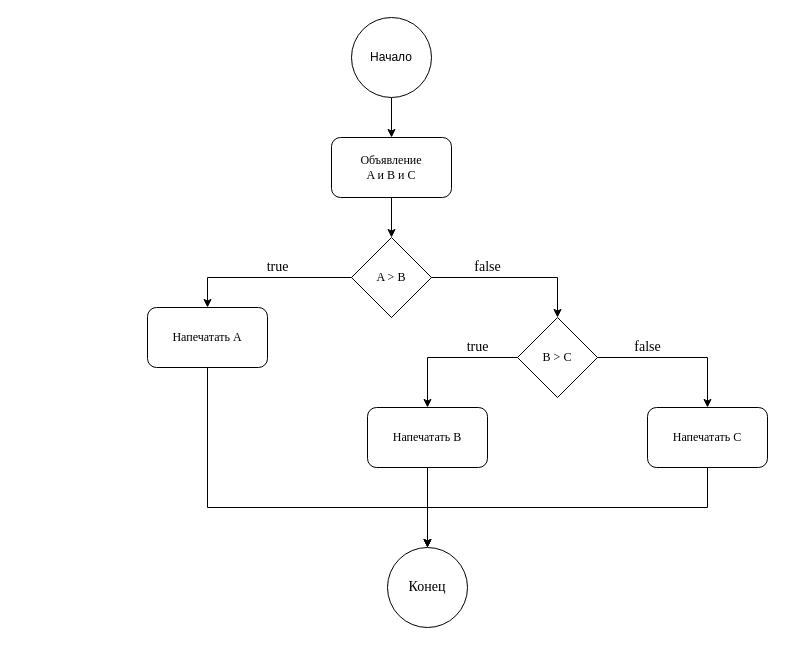
The draw.io diagram MaxNumber Diagram.drawio in MaxT080573/job4j_elementary, before the edit. Source tidied: cells renumbered, new cells numbered last; positions are measured from the earlier drawing's top-left corner, leaving out a move shared by most shapes. Both pictures are drawn from the tidied source at 100%, with x=0, y=0 at pixel (147, 17).
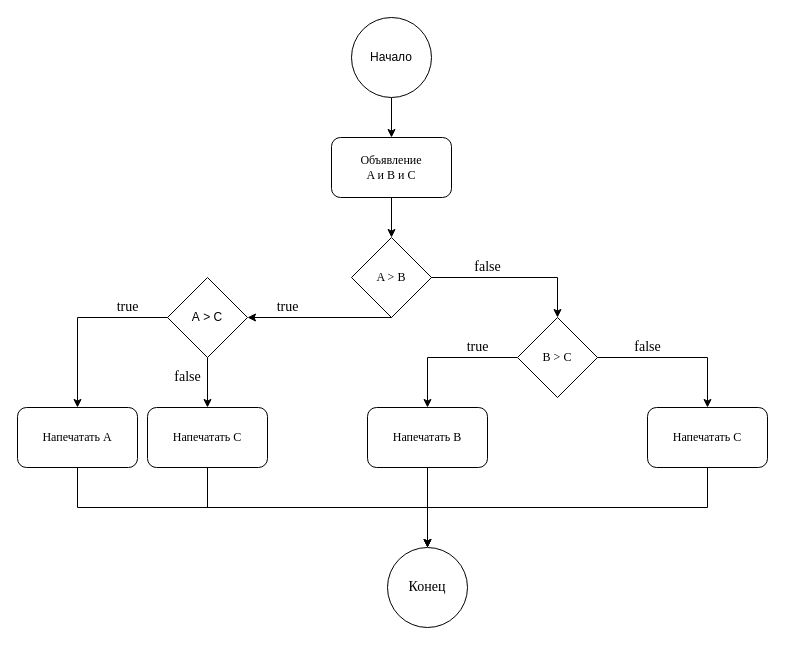
The same diagram, later.

The change refers to these unchanged cells:
```xml
<mxCell id="14" value="A &amp;gt; B" style="rhombus;whiteSpace=wrap;html=1;fontFamily=Times New Roman;" parent="1" vertex="1">
  <mxGeometry x="204" y="220" width="80" height="80" as="geometry" />
</mxCell>
<mxCell id="22" value="Конец" style="ellipse;whiteSpace=wrap;html=1;fontFamily=Times New Roman;fontSize=14;" parent="1" vertex="1">
  <mxGeometry x="240" y="530" width="80" height="80" as="geometry" />
</mxCell>
```

Diff of the diagram source:
```diff
@@
     <mxCell id="8" style="edgeStyle=orthogonalEdgeStyle;rounded=0;jettySize=auto;html=1;fontFamily=Times New Roman;fontSize=14;entryX=0.5;entryY=0;entryDx=0;entryDy=0;" parent="1" edge="1" source="9" target="22">
       <mxGeometry relative="1" as="geometry">
         <Array as="points">
-          <mxPoint x="60" y="490" />
+          <mxPoint x="-70" y="490" />
           <mxPoint x="280" y="490" />
         </Array>
       </mxGeometry>
     </mxCell>
     <mxCell id="9" value="Напечатать А" style="rounded=1;whiteSpace=wrap;html=1;fontFamily=Times New Roman;" parent="1" vertex="1">
-      <mxGeometry y="290" width="120" height="60" as="geometry" />
+      <mxGeometry x="-130" y="390" width="120" height="60" as="geometry" />
     </mxCell>
@@
-    <mxCell id="13" style="edgeStyle=orthogonalEdgeStyle;rounded=0;jettySize=auto;html=1;exitX=0;exitY=0.5;exitDx=0;exitDy=0;entryX=0.5;entryY=0;entryDx=0;entryDy=0;fontFamily=Times New Roman;" parent="1" edge="1" source="14" target="9">
-      <mxGeometry relative="1" as="geometry" />
-    </mxCell>
+    <mxCell id="23" style="edgeStyle=none;rounded=0;jettySize=auto;html=1;fontFamily=Times New Roman;fontSize=14;exitX=0.5;exitY=1;exitDx=0;exitDy=0;" parent="1" edge="1" source="14">
+      <mxGeometry relative="1" as="geometry">
+        <mxPoint x="100" y="300" as="targetPoint" />
+      </mxGeometry>
+    </mxCell>
@@
     <mxCell id="16" value="true" style="text;html=1;align=center;verticalAlign=middle;fontFamily=Times New Roman;fontSize=14;" parent="1" vertex="1">
-      <mxGeometry x="110" y="240" width="40" height="20" as="geometry" />
+      <mxGeometry x="120" y="280" width="40" height="20" as="geometry" />
     </mxCell>
@@
+    <mxCell id="24" style="edgeStyle=orthogonalEdgeStyle;rounded=0;jettySize=auto;html=1;exitX=0.5;exitY=1;exitDx=0;exitDy=0;entryX=0.5;entryY=0;entryDx=0;entryDy=0;" parent="1" edge="1" source="26" target="27">
+      <mxGeometry relative="1" as="geometry" />
+    </mxCell>
+    <mxCell id="25" style="edgeStyle=none;rounded=0;jettySize=auto;html=1;exitX=0;exitY=0.5;exitDx=0;exitDy=0;entryX=0.5;entryY=0;entryDx=0;entryDy=0;fontFamily=Times New Roman;fontSize=14;" parent="1" edge="1" source="26" target="9">
+      <mxGeometry relative="1" as="geometry">
+        <Array as="points">
+          <mxPoint x="-70" y="300" />
+        </Array>
+      </mxGeometry>
+    </mxCell>
+    <mxCell id="26" value="А &amp;gt; C" style="rhombus;whiteSpace=wrap;html=1;" parent="1" vertex="1">
+      <mxGeometry x="20" y="260" width="80" height="80" as="geometry" />
+    </mxCell>
+    <mxCell id="27" value="&lt;font face=&quot;Times New Roman&quot;&gt;Напечатать С&lt;/font&gt;" style="rounded=1;whiteSpace=wrap;html=1;" parent="1" vertex="1">
+      <mxGeometry y="390" width="120" height="60" as="geometry" />
+    </mxCell>
+    <mxCell id="28" value="true" style="text;html=1;align=center;verticalAlign=middle;fontSize=14;fontFamily=Times New Roman;" parent="1" vertex="1">
+      <mxGeometry x="-40" y="280" width="40" height="20" as="geometry" />
+    </mxCell>
+    <mxCell id="29" value="false" style="text;html=1;align=center;verticalAlign=middle;fontSize=14;fontFamily=Times New Roman;" parent="1" vertex="1">
+      <mxGeometry x="20" y="350" width="40" height="20" as="geometry" />
+    </mxCell>
+    <mxCell id="30" style="endArrow=none;html=1;fontFamily=Times New Roman;fontSize=14;" parent="1" edge="1">
+      <mxGeometry relative="1" as="geometry">
+        <mxPoint x="60" y="490" as="sourcePoint" />
+        <mxPoint x="60" y="450" as="targetPoint" />
+      </mxGeometry>
+    </mxCell>
```
